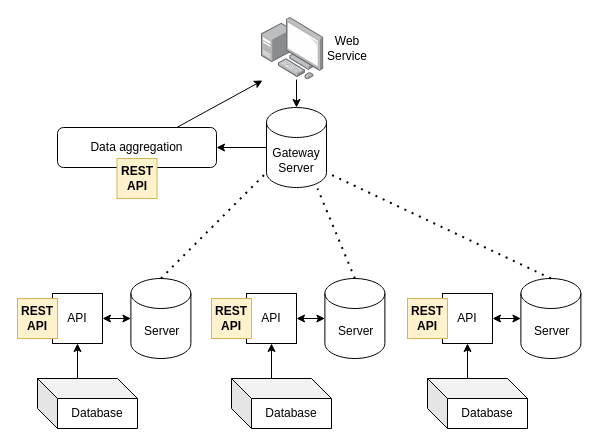
The draw.io diagram Diagrama sin título.drawio in costero-e/harrypotter, before the edit. Source tidied: cells renumbered, new cells numbered last; positions are measured from the earlier drawing's top-left corner, leaving out a move shared by most shapes. Both pictures are drawn from the tidied source at 100%, with x=0, y=0 at pixel (17, 17).
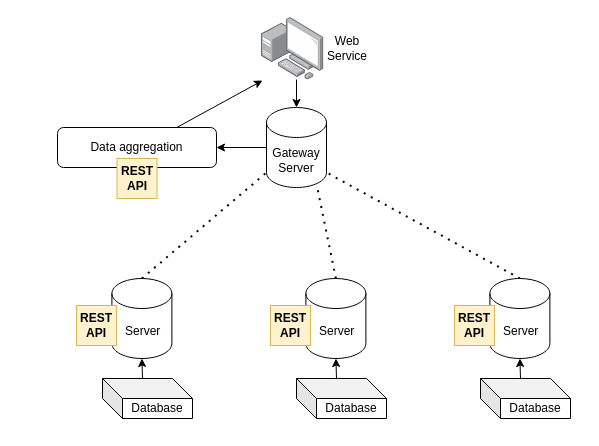
The same diagram, later.

The change refers to these unchanged cells:
```xml
<mxCell id="3" value="Gateway Server" style="shape=cylinder3;whiteSpace=wrap;html=1;boundedLbl=1;backgroundOutline=1;size=15;" parent="1" vertex="1">
  <mxGeometry x="249" y="90" width="60" height="80" as="geometry" />
</mxCell>
```

Change to the diagram source:
```diff
@@
-    <mxCell id="4" style="group;" parent="1" vertex="1">
-      <mxGeometry x="410" y="261" width="153.4" height="150" as="geometry" />
-    </mxCell>
-    <mxCell id="5" value="&amp;nbsp;Server" style="shape=cylinder3;whiteSpace=wrap;html=1;boundedLbl=1;backgroundOutline=1;size=15;" parent="4" vertex="1">
-      <mxGeometry x="93.4" width="60" height="80" as="geometry" />
-    </mxCell>
-    <mxCell id="6" value="API" style="whiteSpace=wrap;html=1;" parent="4" vertex="1">
-      <mxGeometry x="15" y="15" width="50" height="50" as="geometry" />
-    </mxCell>
-    <mxCell id="7" value="Database" style="shape=cube;whiteSpace=wrap;html=1;boundedLbl=1;backgroundOutline=1;darkOpacity=0.05;darkOpacity2=0.1;" parent="4" vertex="1">
-      <mxGeometry y="100" width="100" height="50" as="geometry" />
-    </mxCell>
-    <mxCell id="8" style="endArrow=classic;html=1;rounded=0;exitX=0;exitY=0;exitDx=40;exitDy=0;exitPerimeter=0;entryX=0.5;entryY=1;entryDx=0;entryDy=0;" parent="4" edge="1" source="7" target="6">
-      <mxGeometry relative="1" as="geometry" />
-    </mxCell>
-    <mxCell id="9" style="endArrow=classic;startArrow=classic;html=1;rounded=0;exitX=1;exitY=0.5;exitDx=0;exitDy=0;entryX=0;entryY=0.5;entryDx=0;entryDy=0;entryPerimeter=0;" parent="4" edge="1" source="6" target="5">
-      <mxGeometry relative="1" as="geometry" />
-    </mxCell>
-    <mxCell id="10" value="&lt;b&gt;REST API&lt;/b&gt;" style="whiteSpace=wrap;html=1;fillColor=#fff2cc;strokeColor=#d6b656;" parent="4" vertex="1">
-      <mxGeometry x="-20" y="20" width="40" height="40" as="geometry" />
-    </mxCell>
-    <mxCell id="11" style="group;" parent="1" vertex="1">
-      <mxGeometry x="214" y="261" width="153.4" height="150" as="geometry" />
-    </mxCell>
-    <mxCell id="12" value="&amp;nbsp;Server" style="shape=cylinder3;whiteSpace=wrap;html=1;boundedLbl=1;backgroundOutline=1;size=15;" parent="11" vertex="1">
-      <mxGeometry x="93.4" width="60" height="80" as="geometry" />
-    </mxCell>
-    <mxCell id="13" value="API" style="whiteSpace=wrap;html=1;" parent="11" vertex="1">
-      <mxGeometry x="15" y="15" width="50" height="50" as="geometry" />
-    </mxCell>
-    <mxCell id="14" value="Database" style="shape=cube;whiteSpace=wrap;html=1;boundedLbl=1;backgroundOutline=1;darkOpacity=0.05;darkOpacity2=0.1;" parent="11" vertex="1">
-      <mxGeometry y="100" width="100" height="50" as="geometry" />
-    </mxCell>
-    <mxCell id="15" style="endArrow=classic;html=1;rounded=0;exitX=0;exitY=0;exitDx=40;exitDy=0;exitPerimeter=0;entryX=0.5;entryY=1;entryDx=0;entryDy=0;" parent="11" edge="1" source="14" target="13">
-      <mxGeometry relative="1" as="geometry" />
-    </mxCell>
-    <mxCell id="16" style="endArrow=classic;startArrow=classic;html=1;rounded=0;exitX=1;exitY=0.5;exitDx=0;exitDy=0;entryX=0;entryY=0.5;entryDx=0;entryDy=0;entryPerimeter=0;" parent="11" edge="1" source="13" target="12">
-      <mxGeometry relative="1" as="geometry" />
-    </mxCell>
-    <mxCell id="17" value="&lt;b&gt;REST API&lt;/b&gt;" style="whiteSpace=wrap;html=1;fillColor=#fff2cc;strokeColor=#d6b656;" parent="11" vertex="1">
-      <mxGeometry x="-20" y="20" width="40" height="40" as="geometry" />
-    </mxCell>
-    <mxCell id="18" style="group;" parent="1" vertex="1">
-      <mxGeometry x="20" y="261" width="153.4" height="150" as="geometry" />
-    </mxCell>
-    <mxCell id="19" value="&amp;nbsp;Server" style="shape=cylinder3;whiteSpace=wrap;html=1;boundedLbl=1;backgroundOutline=1;size=15;" parent="18" vertex="1">
-      <mxGeometry x="93.4" width="60" height="80" as="geometry" />
-    </mxCell>
-    <mxCell id="20" value="API" style="whiteSpace=wrap;html=1;" parent="18" vertex="1">
-      <mxGeometry x="15" y="15" width="50" height="50" as="geometry" />
-    </mxCell>
-    <mxCell id="21" value="Database" style="shape=cube;whiteSpace=wrap;html=1;boundedLbl=1;backgroundOutline=1;darkOpacity=0.05;darkOpacity2=0.1;" parent="18" vertex="1">
-      <mxGeometry y="100" width="100" height="50" as="geometry" />
-    </mxCell>
-    <mxCell id="22" style="endArrow=classic;html=1;rounded=0;exitX=0;exitY=0;exitDx=40;exitDy=0;exitPerimeter=0;entryX=0.5;entryY=1;entryDx=0;entryDy=0;" parent="18" edge="1" source="21" target="20">
-      <mxGeometry relative="1" as="geometry" />
-    </mxCell>
-    <mxCell id="23" style="endArrow=classic;startArrow=classic;html=1;rounded=0;exitX=1;exitY=0.5;exitDx=0;exitDy=0;entryX=0;entryY=0.5;entryDx=0;entryDy=0;entryPerimeter=0;" parent="18" edge="1" source="20" target="19">
-      <mxGeometry relative="1" as="geometry" />
-    </mxCell>
-    <mxCell id="24" value="&lt;b&gt;REST API&lt;/b&gt;" style="whiteSpace=wrap;html=1;fillColor=#fff2cc;strokeColor=#d6b656;" parent="18" vertex="1">
-      <mxGeometry x="-20" y="20" width="40" height="40" as="geometry" />
-    </mxCell>
@@
-    <mxCell id="26" style="endArrow=none;dashed=1;html=1;dashPattern=1 3;strokeWidth=2;rounded=0;exitX=0.5;exitY=0;exitDx=0;exitDy=0;exitPerimeter=0;entryX=0;entryY=1;entryDx=0;entryDy=-15;entryPerimeter=0;" parent="1" edge="1" source="19" target="3">
+    <mxCell id="26" style="endArrow=none;dashed=1;html=1;dashPattern=1 3;strokeWidth=2;rounded=0;exitX=0.5;exitY=0;exitDx=0;exitDy=0;exitPerimeter=0;entryX=0;entryY=1;entryDx=0;entryDy=-15;entryPerimeter=0;" parent="1" edge="1" source="41" target="3">
       <mxGeometry relative="1" as="geometry" />
     </mxCell>
-    <mxCell id="27" style="endArrow=none;dashed=1;html=1;dashPattern=1 3;strokeWidth=2;rounded=0;exitX=0.5;exitY=0;exitDx=0;exitDy=0;exitPerimeter=0;" parent="1" edge="1" source="12">
+    <mxCell id="27" style="endArrow=none;dashed=1;html=1;dashPattern=1 3;strokeWidth=2;rounded=0;exitX=0.5;exitY=0;exitDx=0;exitDy=0;exitPerimeter=0;" parent="1" edge="1" source="36">
       <mxGeometry relative="1" as="geometry">
         <mxPoint x="300" y="171" as="targetPoint" />
       </mxGeometry>
     </mxCell>
@@
+    <mxCell id="34" style="group;" parent="1" vertex="1">
+      <mxGeometry x="437" y="261" width="116" height="140" as="geometry" />
+    </mxCell>
+    <mxCell id="5" value="&amp;nbsp;Server" style="shape=cylinder3;whiteSpace=wrap;html=1;boundedLbl=1;backgroundOutline=1;size=15;" parent="34" vertex="1">
+      <mxGeometry x="35.4" width="60" height="80" as="geometry" />
+    </mxCell>
+    <mxCell id="7" value="Database" style="shape=cube;whiteSpace=wrap;html=1;boundedLbl=1;backgroundOutline=1;darkOpacity=0.05;darkOpacity2=0.1;" parent="34" vertex="1">
+      <mxGeometry x="26" y="100" width="90" height="40" as="geometry" />
+    </mxCell>
+    <mxCell id="8" style="endArrow=classic;html=1;rounded=0;exitX=0;exitY=0;exitDx=40;exitDy=0;exitPerimeter=0;entryX=0.5;entryY=1;entryDx=0;entryDy=0;entryPerimeter=0;" parent="34" edge="1" source="7" target="5">
+      <mxGeometry relative="1" as="geometry" />
+    </mxCell>
+    <mxCell id="10" value="&lt;b&gt;REST API&lt;/b&gt;" style="whiteSpace=wrap;html=1;fillColor=#fff2cc;strokeColor=#d6b656;" parent="34" vertex="1">
+      <mxGeometry y="27" width="40" height="40" as="geometry" />
+    </mxCell>
+    <mxCell id="35" style="group;" parent="1" vertex="1">
+      <mxGeometry x="253" y="261" width="116" height="140" as="geometry" />
+    </mxCell>
+    <mxCell id="36" value="&amp;nbsp;Server" style="shape=cylinder3;whiteSpace=wrap;html=1;boundedLbl=1;backgroundOutline=1;size=15;" parent="35" vertex="1">
+      <mxGeometry x="35.4" width="60" height="80" as="geometry" />
+    </mxCell>
+    <mxCell id="37" value="Database" style="shape=cube;whiteSpace=wrap;html=1;boundedLbl=1;backgroundOutline=1;darkOpacity=0.05;darkOpacity2=0.1;" parent="35" vertex="1">
+      <mxGeometry x="26" y="100" width="90" height="40" as="geometry" />
+    </mxCell>
+    <mxCell id="38" style="endArrow=classic;html=1;rounded=0;exitX=0;exitY=0;exitDx=40;exitDy=0;exitPerimeter=0;entryX=0.5;entryY=1;entryDx=0;entryDy=0;entryPerimeter=0;" parent="35" edge="1" source="37" target="36">
+      <mxGeometry relative="1" as="geometry" />
+    </mxCell>
+    <mxCell id="39" value="&lt;b&gt;REST API&lt;/b&gt;" style="whiteSpace=wrap;html=1;fillColor=#fff2cc;strokeColor=#d6b656;" parent="35" vertex="1">
+      <mxGeometry y="27" width="40" height="40" as="geometry" />
+    </mxCell>
+    <mxCell id="40" style="group;" parent="1" vertex="1">
+      <mxGeometry x="59" y="261" width="116" height="140" as="geometry" />
+    </mxCell>
+    <mxCell id="41" value="&amp;nbsp;Server" style="shape=cylinder3;whiteSpace=wrap;html=1;boundedLbl=1;backgroundOutline=1;size=15;" parent="40" vertex="1">
+      <mxGeometry x="35.4" width="60" height="80" as="geometry" />
+    </mxCell>
+    <mxCell id="42" value="Database" style="shape=cube;whiteSpace=wrap;html=1;boundedLbl=1;backgroundOutline=1;darkOpacity=0.05;darkOpacity2=0.1;" parent="40" vertex="1">
+      <mxGeometry x="26" y="100" width="90" height="40" as="geometry" />
+    </mxCell>
+    <mxCell id="43" style="endArrow=classic;html=1;rounded=0;exitX=0;exitY=0;exitDx=40;exitDy=0;exitPerimeter=0;entryX=0.5;entryY=1;entryDx=0;entryDy=0;entryPerimeter=0;" parent="40" edge="1" source="42" target="41">
+      <mxGeometry relative="1" as="geometry" />
+    </mxCell>
+    <mxCell id="44" value="&lt;b&gt;REST API&lt;/b&gt;" style="whiteSpace=wrap;html=1;fillColor=#fff2cc;strokeColor=#d6b656;" parent="40" vertex="1">
+      <mxGeometry y="27" width="40" height="40" as="geometry" />
+    </mxCell>
```
